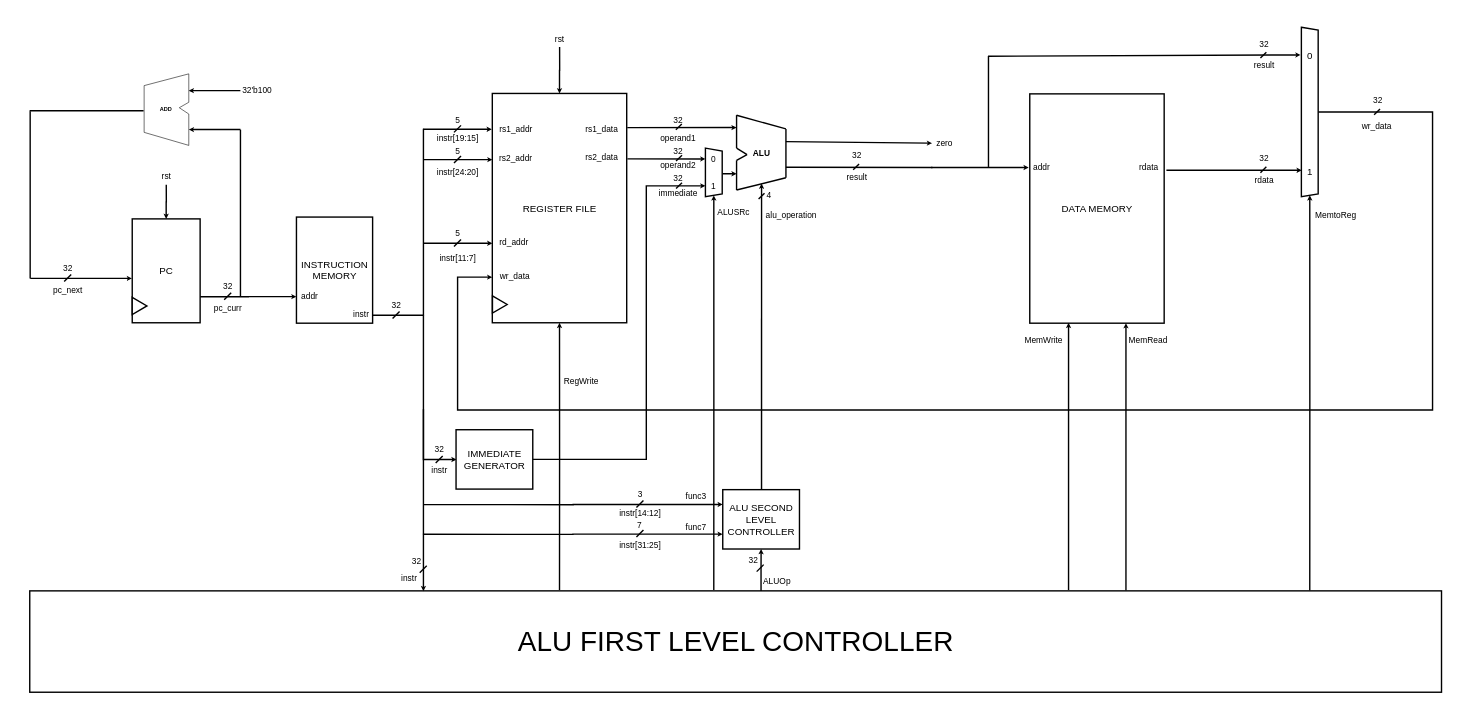
The draw.io diagram Lab 4/diagrams/R&I_Type_Datapath_Controller.drawio in MuhammadMouzzam/computer_arch, before the edit. Source tidied: cells renumbered, new cells numbered last; positions are measured from the earlier drawing's top-left corner, leaving out a move shared by most shapes. Both pictures are drawn from the tidied source at 14%, with x=0, y=0 at pixel (30, 33).
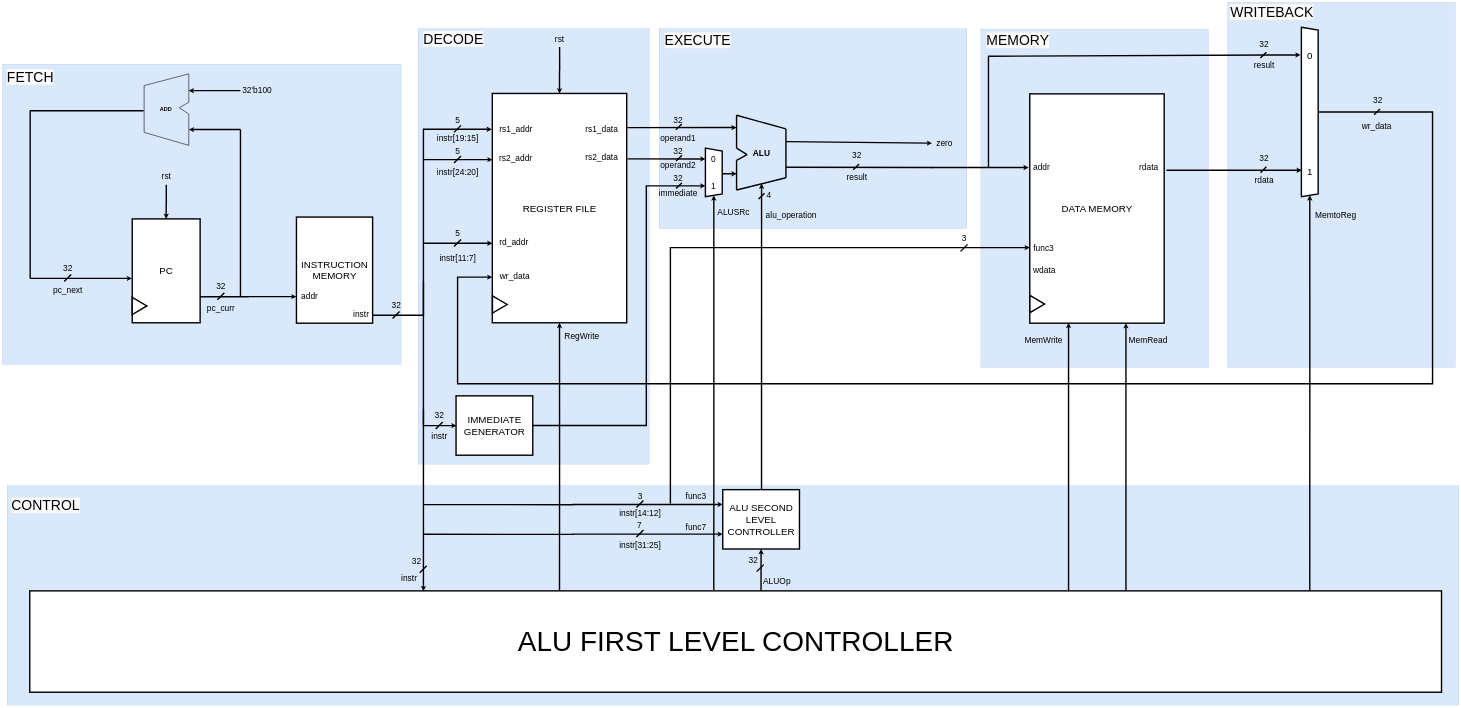
After the change.

The change refers to these unchanged cells:
```xml
<mxCell id="34" value="&lt;font style=&quot;font-size: 70px;&quot;&gt;REGISTER FILE&lt;/font&gt;" style="rounded=0;whiteSpace=wrap;html=1;strokeWidth=10;" parent="1" vertex="1">
  <mxGeometry x="3305" y="428" width="960" height="1638" as="geometry" />
</mxCell>
<mxCell id="88" value="&lt;font style=&quot;font-size: 70px;&quot;&gt;DATA MEMORY&lt;/font&gt;" style="rounded=0;whiteSpace=wrap;html=1;strokeWidth=10;" parent="1" vertex="1">
  <mxGeometry x="7144" y="431" width="960" height="1638" as="geometry" />
</mxCell>
<mxCell id="93" style="shape=trapezoid;perimeter=trapezoidPerimeter;whiteSpace=wrap;html=1;fixedSize=1;rotation=90;strokeWidth=10;" parent="1" vertex="1">
  <mxGeometry x="8538.8" y="500.2" width="1210.5" height="120" as="geometry" />
</mxCell>
```

What changed in the source:
```diff
@@
+    <mxCell id="148" style="rounded=0;whiteSpace=wrap;html=1;fillColor=#dae8fc;strokeColor=#6c8ebf;" parent="1" vertex="1">
+      <mxGeometry x="-160" y="3229" width="10368" height="1568" as="geometry" />
+    </mxCell>
+    <mxCell id="149" style="rounded=0;whiteSpace=wrap;html=1;fillColor=#dae8fc;strokeColor=#6c8ebf;" parent="1" vertex="1">
+      <mxGeometry x="8557" y="-222" width="1626" height="2608" as="geometry" />
+    </mxCell>
+    <mxCell id="150" style="rounded=0;whiteSpace=wrap;html=1;fillColor=#dae8fc;strokeColor=#6c8ebf;" parent="1" vertex="1">
+      <mxGeometry x="6795" y="-30" width="1626" height="2416" as="geometry" />
+    </mxCell>
+    <mxCell id="151" style="rounded=0;whiteSpace=wrap;html=1;fillColor=#dae8fc;strokeColor=#6c8ebf;" parent="1" vertex="1">
+      <mxGeometry x="4497" y="-35" width="2198" height="1428" as="geometry" />
+    </mxCell>
+    <mxCell id="152" style="rounded=0;whiteSpace=wrap;html=1;fillColor=#dae8fc;strokeColor=#6c8ebf;" parent="1" vertex="1">
+      <mxGeometry x="2775" y="-35" width="1652" height="3111" as="geometry" />
+    </mxCell>
+    <mxCell id="153" style="rounded=0;whiteSpace=wrap;html=1;fillColor=#dae8fc;strokeColor=#6c8ebf;" parent="1" vertex="1">
+      <mxGeometry x="-194" y="219" width="2848" height="2144" as="geometry" />
+    </mxCell>
@@
     <mxCell id="7" value="pc_curr" style="text;html=1;align=center;verticalAlign=middle;strokeColor=none;fillColor=none;fontSize=60;" parent="1" vertex="1">
-      <mxGeometry x="1306" y="1919" width="218" height="84" as="geometry" />
+      <mxGeometry x="1257" y="1919" width="218" height="84" as="geometry" />
     </mxCell>
     <mxCell id="8" style="endArrow=none;html=1;rounded=0;strokeWidth=10;" parent="1" edge="1">
       <mxGeometry relative="1" as="geometry">
-        <mxPoint x="1390" y="1901" as="sourcePoint" />
-        <mxPoint x="1440" y="1851" as="targetPoint" />
+        <mxPoint x="1341" y="1901" as="sourcePoint" />
+        <mxPoint x="1391" y="1851" as="targetPoint" />
       </mxGeometry>
     </mxCell>
     <mxCell id="9" value="32" style="text;html=1;align=center;verticalAlign=middle;strokeColor=none;fillColor=none;fontSize=60;" parent="1" vertex="1">
-      <mxGeometry x="1372.5" y="1761" width="85" height="84" as="geometry" />
+      <mxGeometry x="1323.5" y="1761" width="85" height="84" as="geometry" />
     </mxCell>
@@
     <mxCell id="41" value="RegWrite" style="text;html=1;align=center;verticalAlign=middle;strokeColor=none;fillColor=none;fontSize=60;" parent="1" vertex="1">
-      <mxGeometry x="3805" y="2442" width="267" height="84" as="geometry" />
+      <mxGeometry x="3810" y="2117" width="267" height="84" as="geometry" />
     </mxCell>
@@
+    <mxCell id="154" style="edgeStyle=orthogonalEdgeStyle;rounded=0;jettySize=auto;html=1;exitX=0;exitY=0.5;exitDx=0;exitDy=0;strokeWidth=10;" parent="1" edge="1" target="88">
+      <mxGeometry relative="1" as="geometry">
+        <mxPoint x="4577" y="3357" as="sourcePoint" />
+        <Array as="points">
+          <mxPoint x="4577" y="1529" />
+        </Array>
+      </mxGeometry>
+    </mxCell>
@@
     <mxCell id="92" style="edgeStyle=orthogonalEdgeStyle;rounded=0;jettySize=auto;html=1;exitX=0.5;exitY=0;exitDx=0;exitDy=0;entryX=0;entryY=0.801;entryDx=0;entryDy=0;entryPerimeter=0;strokeWidth=10;" parent="1" edge="1" source="93" target="34">
       <mxGeometry relative="1" as="geometry">
         <Array as="points">
           <mxPoint x="10021" y="560" />
-          <mxPoint x="10021" y="2689" />
-          <mxPoint x="3057" y="2689" />
+          <mxPoint x="10021" y="2502" />
+          <mxPoint x="3057" y="2502" />
           <mxPoint x="3057" y="1740" />
         </Array>
       </mxGeometry>
     </mxCell>
@@
     <mxCell id="112" style="edgeStyle=orthogonalEdgeStyle;rounded=0;orthogonalLoop=1;jettySize=auto;html=1;entryX=0;entryY=0.5;entryDx=0;entryDy=0;strokeWidth=10;" parent="1" edge="1">
       <mxGeometry relative="1" as="geometry">
-        <mxPoint x="2813" y="2014" as="sourcePoint" />
-        <mxPoint x="3049" y="3043" as="targetPoint" />
+        <mxPoint x="2813" y="1772" as="sourcePoint" />
+        <mxPoint x="3049" y="2801" as="targetPoint" />
         <Array as="points">
-          <mxPoint x="2813" y="3043" />
+          <mxPoint x="2813" y="2801" />
         </Array>
       </mxGeometry>
     </mxCell>
     <mxCell id="113" style="edgeStyle=orthogonalEdgeStyle;rounded=0;jettySize=auto;html=1;exitX=1;exitY=0.5;exitDx=0;exitDy=0;strokeWidth=10;" parent="1" edge="1" source="114">
       <mxGeometry relative="1" as="geometry">
         <mxPoint x="4827" y="1088" as="targetPoint" />
         <Array as="points">
-          <mxPoint x="4405" y="3042" />
+          <mxPoint x="4405" y="2800" />
           <mxPoint x="4405" y="1088" />
         </Array>
       </mxGeometry>
     </mxCell>
     <mxCell id="114" value="IMMEDIATE GENERATOR" style="rounded=0;whiteSpace=wrap;html=1;fontSize=70;strokeWidth=10;" parent="1" vertex="1">
-      <mxGeometry x="3046" y="2830" width="548" height="424" as="geometry" />
+      <mxGeometry x="3046" y="2588" width="548" height="424" as="geometry" />
     </mxCell>
     <mxCell id="115" style="endArrow=none;html=1;rounded=0;strokeWidth=10;" parent="1" edge="1">
       <mxGeometry relative="1" as="geometry">
-        <mxPoint x="2900.5" y="3067" as="sourcePoint" />
-        <mxPoint x="2950.5" y="3017" as="targetPoint" />
+        <mxPoint x="2900.5" y="2825" as="sourcePoint" />
+        <mxPoint x="2950.5" y="2775" as="targetPoint" />
       </mxGeometry>
     </mxCell>
     <mxCell id="116" value="32" style="text;html=1;align=center;verticalAlign=middle;strokeColor=none;fillColor=none;fontSize=60;" parent="1" vertex="1">
-      <mxGeometry x="2883" y="2927" width="85" height="84" as="geometry" />
+      <mxGeometry x="2883" y="2685" width="85" height="84" as="geometry" />
     </mxCell>
     <mxCell id="117" value="instr" style="text;html=1;align=center;verticalAlign=middle;strokeColor=none;fillColor=none;fontSize=60;" parent="1" vertex="1">
-      <mxGeometry x="2860" y="3074" width="131" height="84" as="geometry" />
+      <mxGeometry x="2860" y="2832" width="131" height="84" as="geometry" />
     </mxCell>
@@
     <mxCell id="140" value="3" style="text;html=1;align=center;verticalAlign=middle;strokeColor=none;fillColor=none;fontSize=60;" parent="1" vertex="1">
-      <mxGeometry x="4334" y="3245" width="51" height="84" as="geometry" />
+      <mxGeometry x="4334" y="3261" width="51" height="84" as="geometry" />
     </mxCell>
@@
+    <mxCell id="155" style="triangle;whiteSpace=wrap;html=1;strokeWidth=10;" parent="1" vertex="1">
+      <mxGeometry x="7145" y="1871" width="105" height="123" as="geometry" />
+    </mxCell>
+    <mxCell id="156" value="wdata" style="text;html=1;align=center;verticalAlign=middle;strokeColor=none;fillColor=none;fontSize=60;strokeWidth=10;" parent="1" vertex="1">
+      <mxGeometry x="7158" y="1648" width="178" height="84" as="geometry" />
+    </mxCell>
+    <mxCell id="157" style="endArrow=none;html=1;rounded=0;strokeWidth=10;" parent="1" edge="1">
+      <mxGeometry relative="1" as="geometry">
+        <mxPoint x="6649.5" y="1556" as="sourcePoint" />
+        <mxPoint x="6699.5" y="1506" as="targetPoint" />
+      </mxGeometry>
+    </mxCell>
+    <mxCell id="158" value="3" style="text;html=1;align=center;verticalAlign=middle;strokeColor=none;fillColor=none;fontSize=60;" parent="1" vertex="1">
+      <mxGeometry x="6649" y="1416" width="51" height="84" as="geometry" />
+    </mxCell>
+    <mxCell id="159" value="func3" style="text;html=1;align=center;verticalAlign=middle;strokeColor=none;fillColor=none;fontSize=60;" parent="1" vertex="1">
+      <mxGeometry x="7159.5" y="1491" width="165" height="84" as="geometry" />
+    </mxCell>
+    <mxCell id="160" value="&lt;span style=&quot;color: rgb(0, 0, 0); font-family: Helvetica; font-style: normal; font-variant-ligatures: normal; font-variant-caps: normal; font-weight: 400; letter-spacing: normal; orphans: 2; text-align: center; text-indent: 0px; text-transform: none; widows: 2; word-spacing: 0px; -webkit-text-stroke-width: 0px; white-space: normal; background-color: rgb(251, 251, 251); text-decoration-thickness: initial; text-decoration-style: initial; text-decoration-color: initial; float: none; display: inline !important;&quot;&gt;FETCH&lt;/span&gt;" style="text;whiteSpace=wrap;html=1;fontSize=100;" parent="1" vertex="1">
+      <mxGeometry x="-164" y="244" width="550" height="190" as="geometry" />
+    </mxCell>
+    <mxCell id="161" value="&lt;span style=&quot;color: rgb(0, 0, 0); font-family: Helvetica; font-style: normal; font-variant-ligatures: normal; font-variant-caps: normal; font-weight: 400; letter-spacing: normal; orphans: 2; text-align: center; text-indent: 0px; text-transform: none; widows: 2; word-spacing: 0px; -webkit-text-stroke-width: 0px; white-space: normal; background-color: rgb(251, 251, 251); text-decoration-thickness: initial; text-decoration-style: initial; text-decoration-color: initial; float: none; display: inline !important;&quot;&gt;DECODE&lt;/span&gt;" style="text;whiteSpace=wrap;html=1;fontSize=100;" parent="1" vertex="1">
+      <mxGeometry x="2811" y="-28" width="550" height="190" as="geometry" />
+    </mxCell>
+    <mxCell id="162" value="&lt;span style=&quot;color: rgb(0, 0, 0); font-family: Helvetica; font-style: normal; font-variant-ligatures: normal; font-variant-caps: normal; font-weight: 400; letter-spacing: normal; orphans: 2; text-align: center; text-indent: 0px; text-transform: none; widows: 2; word-spacing: 0px; -webkit-text-stroke-width: 0px; white-space: normal; background-color: rgb(251, 251, 251); text-decoration-thickness: initial; text-decoration-style: initial; text-decoration-color: initial; float: none; display: inline !important;&quot;&gt;EXECUTE&lt;/span&gt;" style="text;whiteSpace=wrap;html=1;fontSize=100;" parent="1" vertex="1">
+      <mxGeometry x="4534" y="-18" width="550" height="190" as="geometry" />
+    </mxCell>
+    <mxCell id="163" value="&lt;span style=&quot;color: rgb(0, 0, 0); font-family: Helvetica; font-style: normal; font-variant-ligatures: normal; font-variant-caps: normal; font-weight: 400; letter-spacing: normal; orphans: 2; text-align: center; text-indent: 0px; text-transform: none; widows: 2; word-spacing: 0px; -webkit-text-stroke-width: 0px; white-space: normal; background-color: rgb(251, 251, 251); text-decoration-thickness: initial; text-decoration-style: initial; text-decoration-color: initial; float: none; display: inline !important;&quot;&gt;MEMORY&lt;/span&gt;" style="text;whiteSpace=wrap;html=1;fontSize=100;" parent="1" vertex="1">
+      <mxGeometry x="6832" y="-18" width="550" height="190" as="geometry" />
+    </mxCell>
+    <mxCell id="164" value="&lt;span style=&quot;color: rgb(0, 0, 0); font-family: Helvetica; font-style: normal; font-variant-ligatures: normal; font-variant-caps: normal; font-weight: 400; letter-spacing: normal; orphans: 2; text-align: center; text-indent: 0px; text-transform: none; widows: 2; word-spacing: 0px; -webkit-text-stroke-width: 0px; white-space: normal; background-color: rgb(251, 251, 251); text-decoration-thickness: initial; text-decoration-style: initial; text-decoration-color: initial; float: none; display: inline !important;&quot;&gt;WRITEBACK&lt;/span&gt;" style="text;whiteSpace=wrap;html=1;fontSize=100;" parent="1" vertex="1">
+      <mxGeometry x="8574" y="-220" width="550" height="190" as="geometry" />
+    </mxCell>
+    <mxCell id="165" value="&lt;span style=&quot;color: rgb(0, 0, 0); font-family: Helvetica; font-style: normal; font-variant-ligatures: normal; font-variant-caps: normal; font-weight: 400; letter-spacing: normal; orphans: 2; text-align: center; text-indent: 0px; text-transform: none; widows: 2; word-spacing: 0px; -webkit-text-stroke-width: 0px; white-space: normal; background-color: rgb(251, 251, 251); text-decoration-thickness: initial; text-decoration-style: initial; text-decoration-color: initial; float: none; display: inline !important;&quot;&gt;CONTROL&lt;/span&gt;" style="text;whiteSpace=wrap;html=1;fontSize=100;" parent="1" vertex="1">
+      <mxGeometry x="-133" y="3304" width="550" height="190" as="geometry" />
+    </mxCell>
```
